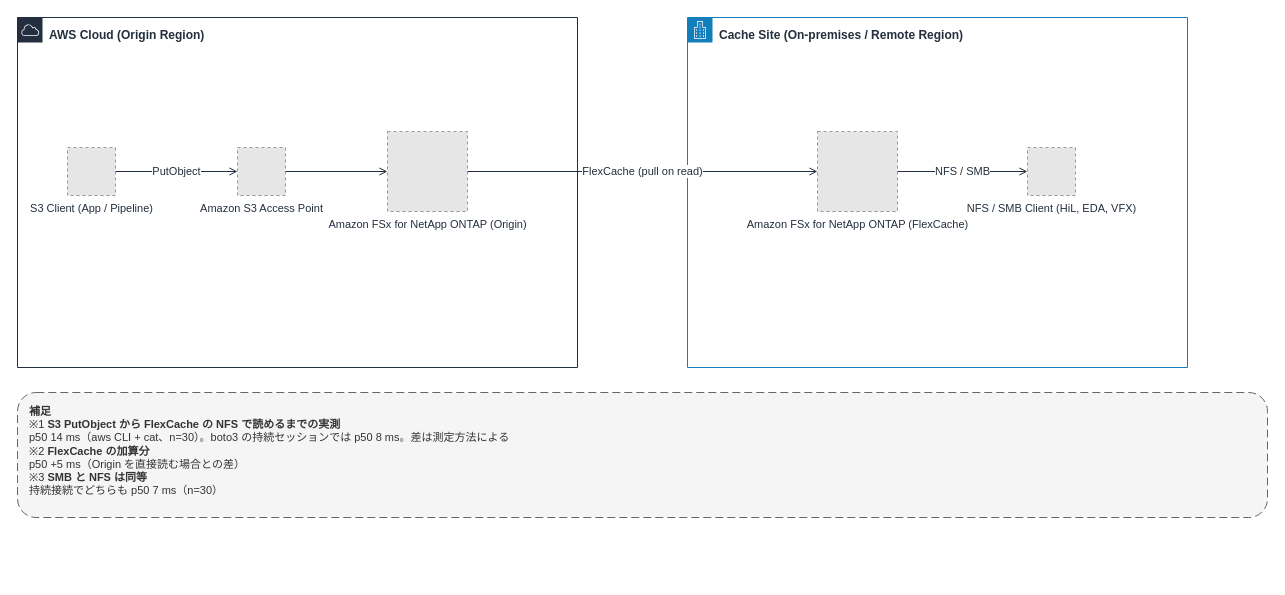
Yoshiki0705/S3-Burst-on-ONTAP-Files keeps this draw.io diagram as docs/_assets/diagrams/s3burst-architecture-overview.drawio. Above is the earlier version. Source tidied: cells renumbered, new cells numbered last; positions are measured from the earlier drawing's top-left corner, leaving out a move shared by most shapes. Both pictures are drawn from the tidied source at 100%, with x=0, y=0 at pixel (17, 17). Pictures stored in the file or linked from it are replaced by grey dashed boxes.
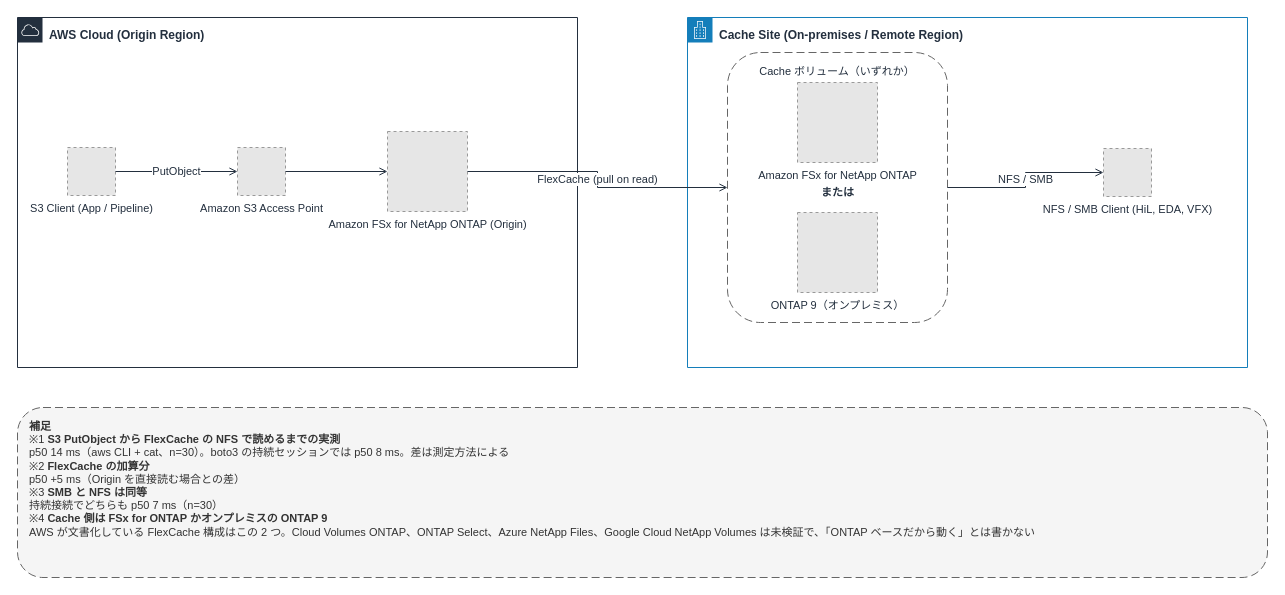
Above is the later version.

Commit message (it also covers changes not shown here):
docs: draw the cache platform as either FSx for ONTAP or ONTAP 9 (#27)

Diff of the diagram source:
```diff
@@
 <mxGraphModel>
   <root>
     <mxCell id="0" />
     <mxCell id="1" parent="0" />
     <mxCell id="2" value="AWS Cloud (Origin Region)" style="gradientColor=none;html=1;whiteSpace=wrap;fontSize=12;fontStyle=1;fontColor=#232F3E;shape=mxgraph.aws4.group;grIcon=mxgraph.aws4.group_aws_cloud;strokeColor=#232F3E;fillColor=none;verticalAlign=top;align=left;spacingLeft=30;spacingTop=4;dashed=0;" parent="1" vertex="1">
       <mxGeometry width="560" height="350" as="geometry" />
     </mxCell>
     <mxCell id="3" value="Cache Site (On-premises / Remote Region)" style="gradientColor=none;html=1;whiteSpace=wrap;fontSize=12;fontStyle=1;fontColor=#232F3E;shape=mxgraph.aws4.group;grIcon=mxgraph.aws4.group_corporate_data_center;strokeColor=#147EBA;fillColor=none;verticalAlign=top;align=left;spacingLeft=30;spacingTop=4;dashed=0;" parent="1" vertex="1">
-      <mxGeometry x="670" width="500" height="350" as="geometry" />
+      <mxGeometry x="670" width="560" height="350" as="geometry" />
     </mxCell>
+    <mxCell id="14" value="Cache ボリューム（いずれか）" style="rounded=1;whiteSpace=wrap;html=1;dashed=1;dashPattern=8 4;strokeColor=#666666;fillColor=none;fontColor=#232F3E;fontSize=11;verticalAlign=top;align=center;spacingTop=6;" parent="1" vertex="1">
+      <mxGeometry x="710" y="35" width="220" height="270" as="geometry" />
+    </mxCell>
+    <mxCell id="15" value="または" style="text;html=1;strokeColor=none;fillColor=none;align=center;verticalAlign=middle;fontSize=11;fontStyle=1;fontColor=#232F3E;" parent="1" vertex="1">
+      <mxGeometry x="770" y="165" width="100" height="20" as="geometry" />
+    </mxCell>
     <mxCell id="4" value="S3 Client (App / Pipeline)" style="fillColor=#E6E6E6;strokeColor=#999999;dashed=1;html=1;verticalLabelPosition=bottom;verticalAlign=top;labelPosition=center;align=center;fontSize=11;fontColor=#232F3E;" parent="1" vertex="1">
       <mxGeometry x="50" y="130" width="48" height="48" as="geometry" />
     </mxCell>
     <mxCell id="5" value="Amazon S3 Access Point" style="fillColor=#E6E6E6;strokeColor=#999999;dashed=1;html=1;verticalLabelPosition=bottom;verticalAlign=top;labelPosition=center;align=center;fontSize=11;fontColor=#232F3E;" parent="1" vertex="1">
       <mxGeometry x="220" y="130" width="48" height="48" as="geometry" />
     </mxCell>
     <mxCell id="6" value="Amazon FSx for NetApp ONTAP (Origin)" style="fillColor=#E6E6E6;strokeColor=#999999;dashed=1;html=1;verticalLabelPosition=bottom;verticalAlign=top;labelPosition=center;align=center;fontSize=11;fontColor=#232F3E;" parent="1" vertex="1">
       <mxGeometry x="370" y="114" width="80" height="80" as="geometry" />
     </mxCell>
-    <mxCell id="7" value="Amazon FSx for NetApp ONTAP (FlexCache)" style="fillColor=#E6E6E6;strokeColor=#999999;dashed=1;html=1;verticalLabelPosition=bottom;verticalAlign=top;labelPosition=center;align=center;fontSize=11;fontColor=#232F3E;" parent="1" vertex="1">
-      <mxGeometry x="800" y="114" width="80" height="80" as="geometry" />
-    </mxCell>
+    <mxCell id="16" value="Amazon FSx for NetApp ONTAP" style="fillColor=#E6E6E6;strokeColor=#999999;dashed=1;html=1;verticalLabelPosition=bottom;verticalAlign=top;labelPosition=center;align=center;fontSize=11;fontColor=#232F3E;" parent="1" vertex="1">
+      <mxGeometry x="780" y="65" width="80" height="80" as="geometry" />
+    </mxCell>
+    <mxCell id="17" value="ONTAP 9（オンプレミス）" style="fillColor=#E6E6E6;strokeColor=#999999;dashed=1;html=1;verticalLabelPosition=bottom;verticalAlign=top;labelPosition=center;align=center;fontSize=11;fontColor=#232F3E;" parent="1" vertex="1">
+      <mxGeometry x="780" y="195" width="80" height="80" as="geometry" />
+    </mxCell>
     <mxCell id="8" value="NFS / SMB Client (HiL, EDA, VFX)" style="fillColor=#E6E6E6;strokeColor=#999999;dashed=1;html=1;verticalLabelPosition=bottom;verticalAlign=top;labelPosition=center;align=center;fontSize=11;fontColor=#232F3E;" parent="1" vertex="1">
-      <mxGeometry x="1010" y="130" width="48" height="48" as="geometry" />
+      <mxGeometry x="1086" y="131" width="48" height="48" as="geometry" />
     </mxCell>
     <mxCell id="9" value="PutObject" style="edgeStyle=orthogonalEdgeStyle;rounded=0;html=1;endArrow=open;endFill=0;strokeColor=#232F3E;strokeWidth=1;fontSize=11;fontColor=#232F3E;" parent="1" edge="1" source="4" target="5">
       <mxGeometry relative="1" as="geometry" />
     </mxCell>
     <mxCell id="10" style="edgeStyle=orthogonalEdgeStyle;rounded=0;html=1;endArrow=open;endFill=0;strokeColor=#232F3E;strokeWidth=1;fontSize=11;fontColor=#232F3E;" parent="1" edge="1" source="5" target="6">
       <mxGeometry relative="1" as="geometry" />
     </mxCell>
-    <mxCell id="11" value="FlexCache (pull on read)" style="edgeStyle=orthogonalEdgeStyle;rounded=0;html=1;endArrow=open;endFill=0;strokeColor=#232F3E;strokeWidth=1;fontSize=11;fontColor=#232F3E;" parent="1" edge="1" source="6" target="7">
+    <mxCell id="11" value="FlexCache (pull on read)" style="edgeStyle=orthogonalEdgeStyle;rounded=0;html=1;endArrow=open;endFill=0;strokeColor=#232F3E;strokeWidth=1;fontSize=11;fontColor=#232F3E;" parent="1" edge="1" source="6" target="14">
       <mxGeometry relative="1" as="geometry" />
     </mxCell>
-    <mxCell id="12" value="NFS / SMB" style="edgeStyle=orthogonalEdgeStyle;rounded=0;html=1;endArrow=open;endFill=0;strokeColor=#232F3E;strokeWidth=1;fontSize=11;fontColor=#232F3E;" parent="1" edge="1" source="7" target="8">
+    <mxCell id="12" value="NFS / SMB" style="edgeStyle=orthogonalEdgeStyle;rounded=0;html=1;endArrow=open;endFill=0;strokeColor=#232F3E;strokeWidth=1;fontSize=11;fontColor=#232F3E;" parent="1" edge="1" source="14" target="8">
       <mxGeometry relative="1" as="geometry" />
     </mxCell>
-    <mxCell id="13" value="&lt;b&gt;補足&lt;/b&gt;&lt;br&gt;※1 &lt;b&gt;S3 PutObject から FlexCache の NFS で読めるまでの実測&lt;/b&gt;&lt;br&gt;p50 14 ms（aws CLI + cat、n=30）。boto3 の持続セッションでは p50 8 ms。差は測定方法による&lt;br&gt;※2 &lt;b&gt;FlexCache の加算分&lt;/b&gt;&lt;br&gt;p50 +5 ms（Origin を直接読む場合との差）&lt;br&gt;※3 &lt;b&gt;SMB と NFS は同等&lt;/b&gt;&lt;br&gt;持続接続でどちらも p50 7 ms（n=30）" style="rounded=1;whiteSpace=wrap;html=1;dashed=1;dashPattern=8 4;strokeColor=#666666;fillColor=#F5F5F5;fontColor=#333333;fontSize=11;align=left;verticalAlign=top;spacingLeft=10;spacingTop=6;" parent="1" vertex="1">
-      <mxGeometry y="375" width="1250" height="125" as="geometry" />
+    <mxCell id="13" value="&lt;b&gt;補足&lt;/b&gt;&lt;br&gt;※1 &lt;b&gt;S3 PutObject から FlexCache の NFS で読めるまでの実測&lt;/b&gt;&lt;br&gt;p50 14 ms（aws CLI + cat、n=30）。boto3 の持続セッションでは p50 8 ms。差は測定方法による&lt;br&gt;※2 &lt;b&gt;FlexCache の加算分&lt;/b&gt;&lt;br&gt;p50 +5 ms（Origin を直接読む場合との差）&lt;br&gt;※3 &lt;b&gt;SMB と NFS は同等&lt;/b&gt;&lt;br&gt;持続接続でどちらも p50 7 ms（n=30）&lt;br&gt;※4 &lt;b&gt;Cache 側は FSx for ONTAP かオンプレミスの ONTAP 9&lt;/b&gt;&lt;br&gt;AWS が文書化している FlexCache 構成はこの 2 つ。Cloud Volumes ONTAP、ONTAP Select、Azure NetApp Files、Google Cloud NetApp Volumes は未検証で、「ONTAP ベースだから動く」とは書かない" style="rounded=1;whiteSpace=wrap;html=1;dashed=1;dashPattern=8 4;strokeColor=#666666;fillColor=#F5F5F5;fontColor=#333333;fontSize=11;align=left;verticalAlign=top;spacingLeft=10;spacingTop=6;" parent="1" vertex="1">
+      <mxGeometry y="390" width="1250" height="170" as="geometry" />
     </mxCell>
   </root>
 </mxGraphModel>
```
